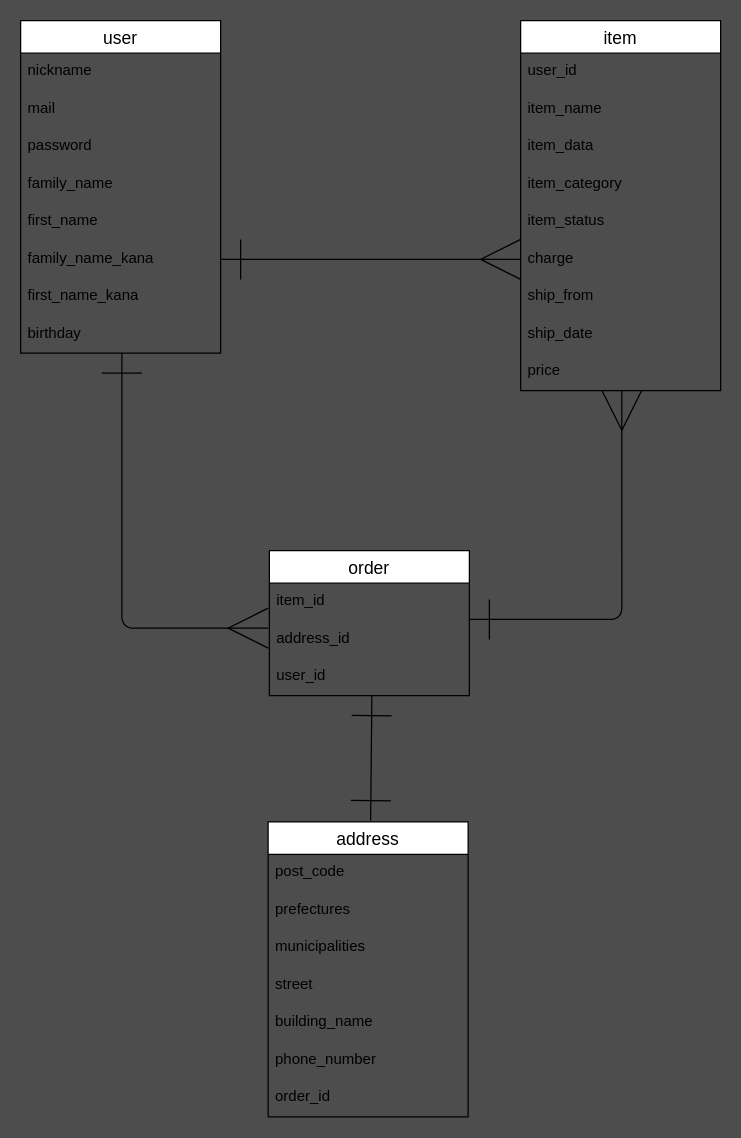
The draw.io diagram test.dio in Aaaya26/furima-40221, before the edit. Source tidied: cells renumbered, new cells numbered last; positions are measured from the earlier drawing's top-left corner, leaving out a move shared by most shapes. Both pictures are drawn from the tidied source at 125%, with x=0, y=0 at pixel (20, 20).
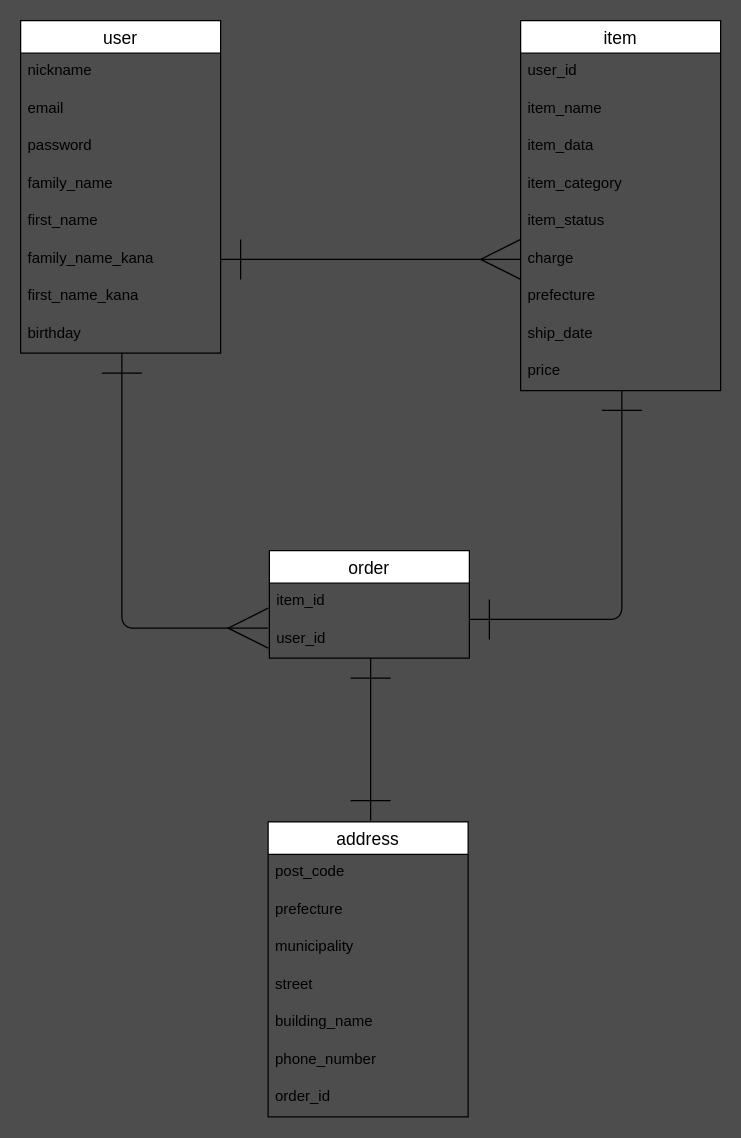
After the change.

The change refers to these unchanged cells:
```xml
<mxCell id="2" value="user" style="swimlane;fontStyle=0;horizontal=1;startSize=26;align=center;fontSize=14;" parent="1" vertex="1">
  <mxGeometry width="160" height="266" as="geometry" />
</mxCell>
<mxCell id="11" value="item" style="swimlane;fontStyle=0;horizontal=1;startSize=26;align=center;fontSize=14;" parent="1" vertex="1">
  <mxGeometry x="400" width="160" height="296" as="geometry" />
</mxCell>
<mxCell id="20" value="price" style="text;strokeColor=none;fillColor=none;spacingLeft=4;spacingRight=4;overflow=hidden;points=[[0,0.5],[1,0.5]];portConstraint=eastwest;fontSize=12;" parent="11" vertex="1">
  <mxGeometry y="266" width="160" height="30" as="geometry" />
</mxCell>
<mxCell id="25" value="address" style="swimlane;fontStyle=0;horizontal=1;startSize=26;align=center;fontSize=14;" parent="1" vertex="1">
  <mxGeometry x="198" y="641" width="160" height="236" as="geometry" />
</mxCell>
```

Diff of the diagram source:
```diff
@@
-    <mxCell id="4" value="mail" style="text;strokeColor=none;fillColor=none;spacingLeft=4;spacingRight=4;overflow=hidden;fontSize=12;" parent="2" vertex="1">
+    <mxCell id="4" value="email" style="text;strokeColor=none;fillColor=none;spacingLeft=4;spacingRight=4;overflow=hidden;fontSize=12;" parent="2" vertex="1">
       <mxGeometry y="56" width="160" height="30" as="geometry" />
     </mxCell>
@@
-    <mxCell id="18" value="ship_from" style="text;strokeColor=none;fillColor=none;spacingLeft=4;spacingRight=4;overflow=hidden;fontSize=12;" parent="11" vertex="1">
+    <mxCell id="18" value="prefecture" style="text;strokeColor=none;fillColor=none;spacingLeft=4;spacingRight=4;overflow=hidden;fontSize=12;" parent="11" vertex="1">
       <mxGeometry y="206" width="160" height="30" as="geometry" />
     </mxCell>
@@
     <mxCell id="21" value="order" style="swimlane;fontStyle=0;horizontal=1;startSize=26;align=center;fontSize=14;" parent="1" vertex="1">
-      <mxGeometry x="199" y="424" width="160" height="116" as="geometry" />
+      <mxGeometry x="199" y="424" width="160" height="86" as="geometry" />
     </mxCell>
@@
-    <mxCell id="23" value="address_id" style="text;strokeColor=none;fillColor=none;spacingLeft=4;spacingRight=4;overflow=hidden;fontSize=12;" parent="21" vertex="1">
-      <mxGeometry y="56" width="160" height="30" as="geometry" />
-    </mxCell>
     <mxCell id="24" value="user_id" style="text;strokeColor=none;fillColor=none;spacingLeft=4;spacingRight=4;overflow=hidden;fontSize=12;" parent="21" vertex="1">
-      <mxGeometry y="86" width="160" height="30" as="geometry" />
+      <mxGeometry y="56" width="160" height="30" as="geometry" />
     </mxCell>
@@
-    <mxCell id="27" value="prefectures" style="text;strokeColor=none;fillColor=none;spacingLeft=4;spacingRight=4;overflow=hidden;fontSize=12;" parent="25" vertex="1">
+    <mxCell id="27" value="prefecture" style="text;strokeColor=none;fillColor=none;spacingLeft=4;spacingRight=4;overflow=hidden;fontSize=12;" parent="25" vertex="1">
       <mxGeometry y="56" width="160" height="30" as="geometry" />
     </mxCell>
-    <mxCell id="28" value="municipalities" style="text;strokeColor=none;fillColor=none;spacingLeft=4;spacingRight=4;overflow=hidden;fontSize=12;" parent="25" vertex="1">
+    <mxCell id="28" value="municipality" style="text;strokeColor=none;fillColor=none;spacingLeft=4;spacingRight=4;overflow=hidden;fontSize=12;" parent="25" vertex="1">
       <mxGeometry y="86" width="160" height="30" as="geometry" />
     </mxCell>
@@
-    <mxCell id="35" style="edgeStyle=orthogonalEdgeStyle;jumpSize=6;html=1;exitX=1;exitY=0.5;exitDx=0;exitDy=0;strokeWidth=1;startArrow=ERone;startFill=0;endArrow=ERmany;endFill=0;startSize=30;endSize=30;sourcePerimeterSpacing=0;targetPerimeterSpacing=6;entryX=0.506;entryY=0.99;entryDx=0;entryDy=0;entryPerimeter=0;" parent="1" edge="1" target="20">
+    <mxCell id="35" style="edgeStyle=orthogonalEdgeStyle;jumpSize=6;html=1;exitX=1;exitY=0.5;exitDx=0;exitDy=0;strokeWidth=1;startArrow=ERone;startFill=0;endArrow=ERone;endFill=0;startSize=30;endSize=30;sourcePerimeterSpacing=0;targetPerimeterSpacing=6;entryX=0.506;entryY=0.99;entryDx=0;entryDy=0;entryPerimeter=0;" parent="1" edge="1" target="20">
       <mxGeometry relative="1" as="geometry">
         <mxPoint x="359" y="479" as="sourcePoint" />
         <Array as="points">
           <mxPoint x="481" y="479" />
         </Array>
       </mxGeometry>
     </mxCell>
     <mxCell id="36" style="jumpSize=6;html=1;strokeWidth=1;startArrow=ERone;startFill=0;endArrow=ERone;endFill=0;startSize=30;endSize=30;sourcePerimeterSpacing=0;targetPerimeterSpacing=6;" parent="1" edge="1">
       <mxGeometry relative="1" as="geometry">
-        <mxPoint x="281" y="540" as="sourcePoint" />
+        <mxPoint x="280" y="510" as="sourcePoint" />
         <mxPoint x="280" y="640" as="targetPoint" />
       </mxGeometry>
     </mxCell>
```
